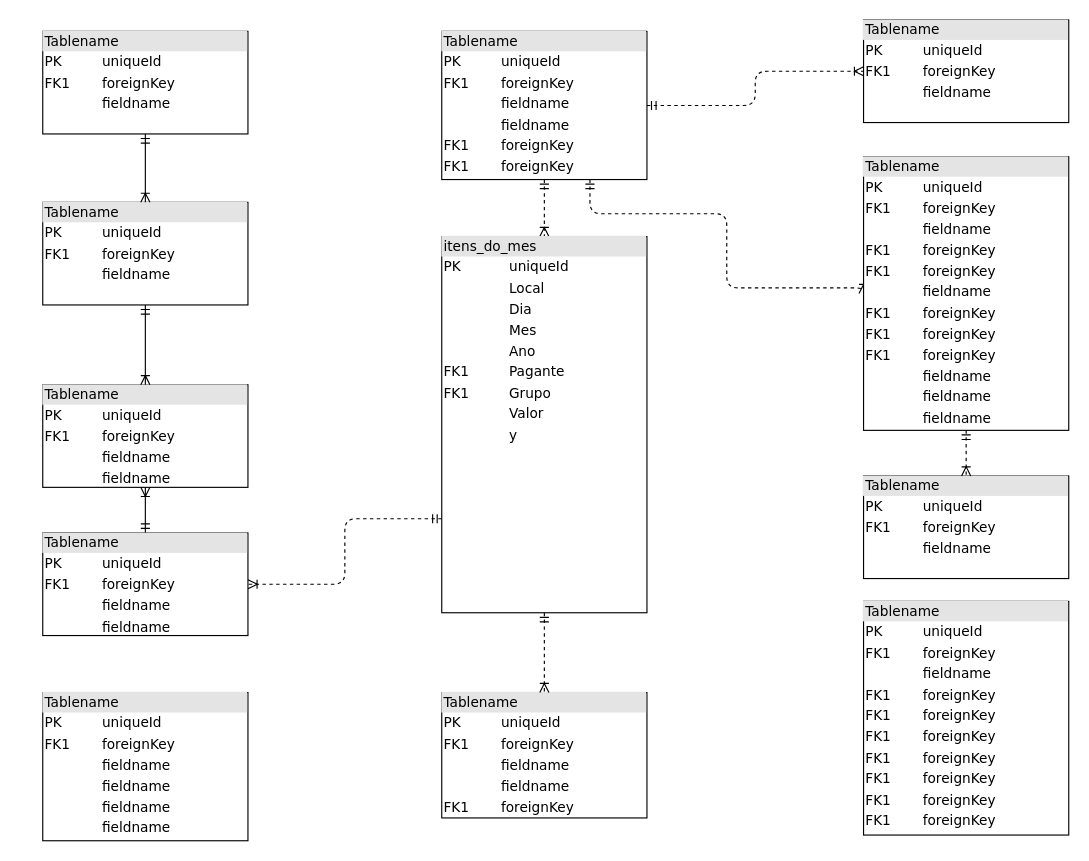
This is Untitled Diagram.drawio from rafavcc/numero-secreto, a draw.io file, before an edit. Source tidied: cells renumbered, new cells numbered last; positions are measured from the earlier drawing's top-left corner, leaving out a move shared by most shapes. Both pictures are drawn from the tidied source at 114%, with x=0, y=0 at pixel (42, 19).
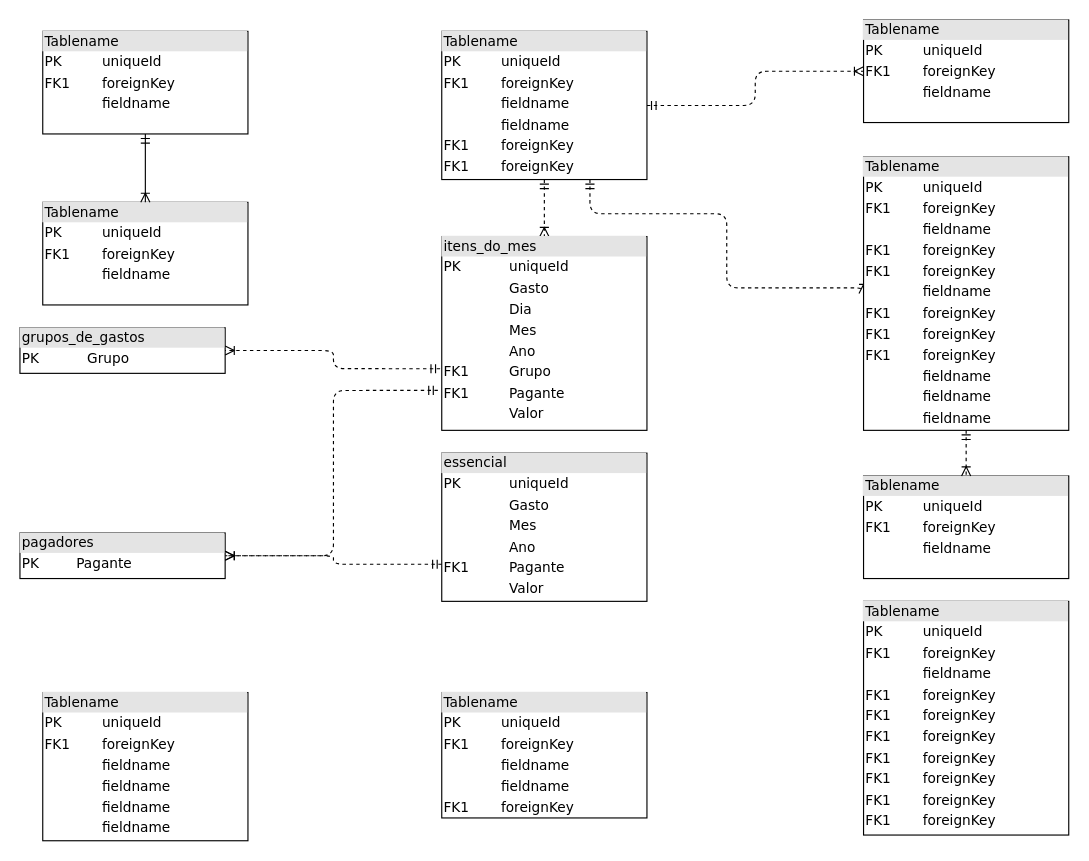
The same diagram, later.

The change refers to these unchanged cells:
```xml
<mxCell id="12" value="&lt;div style=&quot;box-sizing:border-box;width:100%;background:#e4e4e4;padding:2px;&quot;&gt;Tablename&lt;/div&gt;&lt;table style=&quot;width:100%;font-size:1em;&quot; cellpadding=&quot;2&quot; cellspacing=&quot;0&quot;&gt;&lt;tr&gt;&lt;td&gt;PK&lt;/td&gt;&lt;td&gt;uniqueId&lt;/td&gt;&lt;/tr&gt;&lt;tr&gt;&lt;td&gt;FK1&lt;/td&gt;&lt;td&gt;foreignKey&lt;/td&gt;&lt;/tr&gt;&lt;tr&gt;&lt;td&gt;&lt;/td&gt;&lt;td&gt;fieldname&lt;/td&gt;&lt;/tr&gt;&lt;/table&gt;" style="verticalAlign=top;align=left;overflow=fill;html=1;rounded=0;shadow=0;comic=0;labelBackgroundColor=none;strokeWidth=1;fontFamily=Verdana;fontSize=12;" parent="1" vertex="1">
  <mxGeometry y="160" width="180" height="90" as="geometry" />
</mxCell>
<mxCell id="14" value="&lt;div style=&quot;box-sizing: border-box ; width: 100% ; background: #e4e4e4 ; padding: 2px&quot;&gt;Tablename&lt;/div&gt;&lt;table style=&quot;width: 100% ; font-size: 1em&quot; cellpadding=&quot;2&quot; cellspacing=&quot;0&quot;&gt;&lt;tbody&gt;&lt;tr&gt;&lt;td&gt;PK&lt;/td&gt;&lt;td&gt;uniqueId&lt;/td&gt;&lt;/tr&gt;&lt;tr&gt;&lt;td&gt;FK1&lt;/td&gt;&lt;td&gt;foreignKey&lt;/td&gt;&lt;/tr&gt;&lt;tr&gt;&lt;td&gt;&lt;/td&gt;&lt;td&gt;fieldname&lt;/td&gt;&lt;/tr&gt;&lt;tr&gt;&lt;td&gt;&lt;br&gt;&lt;/td&gt;&lt;td&gt;fieldname&lt;br&gt;&lt;/td&gt;&lt;/tr&gt;&lt;tr&gt;&lt;td&gt;FK1&lt;br&gt;&lt;/td&gt;&lt;td&gt;foreignKey&lt;br&gt;&lt;/td&gt;&lt;/tr&gt;&lt;/tbody&gt;&lt;/table&gt;" style="verticalAlign=top;align=left;overflow=fill;html=1;rounded=0;shadow=0;comic=0;labelBackgroundColor=none;strokeWidth=1;fontFamily=Verdana;fontSize=12;" parent="1" vertex="1">
  <mxGeometry x="350" y="590" width="180" height="110" as="geometry" />
</mxCell>
```

What changed in the source:
```diff
@@
-    <mxCell id="7" style="edgeStyle=orthogonalEdgeStyle;html=1;labelBackgroundColor=none;startArrow=ERmandOne;endArrow=ERoneToMany;fontFamily=Verdana;fontSize=12;align=left;" parent="1" edge="1" source="9" target="10">
-      <mxGeometry relative="1" as="geometry" />
-    </mxCell>
-    <mxCell id="8" style="edgeStyle=orthogonalEdgeStyle;html=1;exitX=0;exitY=0.75;entryX=1;entryY=0.5;dashed=1;labelBackgroundColor=none;startArrow=ERmandOne;endArrow=ERoneToMany;fontFamily=Verdana;fontSize=12;align=left;" parent="1" edge="1" source="16" target="9">
+    <mxCell id="8" style="edgeStyle=orthogonalEdgeStyle;html=1;exitX=-0.019;exitY=0.794;entryX=1;entryY=0.5;dashed=1;labelBackgroundColor=none;startArrow=ERmandOne;endArrow=ERoneToMany;fontFamily=Verdana;fontSize=12;align=left;exitDx=0;exitDy=0;exitPerimeter=0;" parent="1" edge="1" source="16" target="9">
       <mxGeometry relative="1" as="geometry" />
     </mxCell>
-    <mxCell id="9" value="&lt;div style=&quot;box-sizing: border-box ; width: 100% ; background: #e4e4e4 ; padding: 2px&quot;&gt;Tablename&lt;/div&gt;&lt;table style=&quot;width: 100% ; font-size: 1em&quot; cellpadding=&quot;2&quot; cellspacing=&quot;0&quot;&gt;&lt;tbody&gt;&lt;tr&gt;&lt;td&gt;PK&lt;/td&gt;&lt;td&gt;uniqueId&lt;/td&gt;&lt;/tr&gt;&lt;tr&gt;&lt;td&gt;FK1&lt;/td&gt;&lt;td&gt;foreignKey&lt;/td&gt;&lt;/tr&gt;&lt;tr&gt;&lt;td&gt;&lt;/td&gt;&lt;td&gt;fieldname&lt;/td&gt;&lt;/tr&gt;&lt;tr&gt;&lt;td&gt;&lt;br&gt;&lt;/td&gt;&lt;td&gt;fieldname&lt;br&gt;&lt;/td&gt;&lt;/tr&gt;&lt;/tbody&gt;&lt;/table&gt;" style="verticalAlign=top;align=left;overflow=fill;html=1;rounded=0;shadow=0;comic=0;labelBackgroundColor=none;strokeWidth=1;fontFamily=Verdana;fontSize=12;" parent="1" vertex="1">
-      <mxGeometry y="450" width="180" height="90" as="geometry" />
+    <mxCell id="9" value="&lt;div style=&quot;box-sizing: border-box; width: 100%; background: rgb(228, 228, 228); padding: 2px;&quot;&gt;pagadores&lt;/div&gt;&lt;table style=&quot;width: 100% ; font-size: 1em&quot; cellpadding=&quot;2&quot; cellspacing=&quot;0&quot;&gt;&lt;tbody&gt;&lt;tr&gt;&lt;td&gt;PK&lt;/td&gt;&lt;td&gt;Pagante&lt;/td&gt;&lt;/tr&gt;&lt;tr&gt;&lt;td&gt;&lt;br&gt;&lt;/td&gt;&lt;td&gt;&lt;/td&gt;&lt;/tr&gt;&lt;/tbody&gt;&lt;/table&gt;" style="verticalAlign=top;align=left;overflow=fill;html=1;rounded=0;shadow=0;comic=0;labelBackgroundColor=none;strokeWidth=1;fontFamily=Verdana;fontSize=12;" parent="1" vertex="1">
+      <mxGeometry x="-20" y="450" width="180" height="40" as="geometry" />
     </mxCell>
-    <mxCell id="10" value="&lt;div style=&quot;box-sizing: border-box ; width: 100% ; background: #e4e4e4 ; padding: 2px&quot;&gt;Tablename&lt;/div&gt;&lt;table style=&quot;width: 100% ; font-size: 1em&quot; cellpadding=&quot;2&quot; cellspacing=&quot;0&quot;&gt;&lt;tbody&gt;&lt;tr&gt;&lt;td&gt;PK&lt;/td&gt;&lt;td&gt;uniqueId&lt;/td&gt;&lt;/tr&gt;&lt;tr&gt;&lt;td&gt;FK1&lt;/td&gt;&lt;td&gt;foreignKey&lt;/td&gt;&lt;/tr&gt;&lt;tr&gt;&lt;td&gt;&lt;/td&gt;&lt;td&gt;fieldname&lt;/td&gt;&lt;/tr&gt;&lt;tr&gt;&lt;td&gt;&lt;br&gt;&lt;/td&gt;&lt;td&gt;fieldname&lt;br&gt;&lt;/td&gt;&lt;/tr&gt;&lt;/tbody&gt;&lt;/table&gt;" style="verticalAlign=top;align=left;overflow=fill;html=1;rounded=0;shadow=0;comic=0;labelBackgroundColor=none;strokeWidth=1;fontFamily=Verdana;fontSize=12;" parent="1" vertex="1">
-      <mxGeometry y="320" width="180" height="90" as="geometry" />
+    <mxCell id="10" value="&lt;div style=&quot;box-sizing: border-box; width: 100%; background: rgb(228, 228, 228); padding: 2px;&quot;&gt;grupos_de_gastos&lt;/div&gt;&lt;table style=&quot;width: 100% ; font-size: 1em&quot; cellpadding=&quot;2&quot; cellspacing=&quot;0&quot;&gt;&lt;tbody&gt;&lt;tr&gt;&lt;td&gt;PK&lt;/td&gt;&lt;td&gt;Grupo&lt;/td&gt;&lt;/tr&gt;&lt;tr&gt;&lt;td&gt;&lt;br&gt;&lt;/td&gt;&lt;td&gt;&lt;/td&gt;&lt;/tr&gt;&lt;tr&gt;&lt;td&gt;&lt;/td&gt;&lt;td&gt;&lt;br&gt;&lt;/td&gt;&lt;/tr&gt;&lt;/tbody&gt;&lt;/table&gt;" style="verticalAlign=top;align=left;overflow=fill;html=1;rounded=0;shadow=0;comic=0;labelBackgroundColor=none;strokeWidth=1;fontFamily=Verdana;fontSize=12;" parent="1" vertex="1">
+      <mxGeometry x="-20" y="270" width="180" height="40" as="geometry" />
     </mxCell>
-    <mxCell id="11" style="edgeStyle=orthogonalEdgeStyle;html=1;entryX=0.5;entryY=0;labelBackgroundColor=none;startArrow=ERmandOne;endArrow=ERoneToMany;fontFamily=Verdana;fontSize=12;align=left;" parent="1" edge="1" source="12" target="10">
-      <mxGeometry relative="1" as="geometry" />
-    </mxCell>
@@
-    <mxCell id="15" style="edgeStyle=orthogonalEdgeStyle;html=1;entryX=0.5;entryY=0;labelBackgroundColor=none;startArrow=ERmandOne;endArrow=ERoneToMany;fontFamily=Verdana;fontSize=12;align=left;dashed=1;" parent="1" edge="1" source="16" target="14">
-      <mxGeometry relative="1" as="geometry" />
-    </mxCell>
-    <mxCell id="16" value="&lt;div style=&quot;box-sizing: border-box; width: 100%; background: rgb(228, 228, 228); padding: 2px;&quot;&gt;itens_do_mes&lt;/div&gt;&lt;table style=&quot;width: 100% ; font-size: 1em&quot; cellpadding=&quot;2&quot; cellspacing=&quot;0&quot;&gt;&lt;tbody&gt;&lt;tr&gt;&lt;td&gt;PK&lt;/td&gt;&lt;td&gt;uniqueId&lt;/td&gt;&lt;/tr&gt;&lt;tr&gt;&lt;td&gt;&lt;br&gt;&lt;/td&gt;&lt;td&gt;Local&lt;/td&gt;&lt;/tr&gt;&lt;tr&gt;&lt;td&gt;&lt;/td&gt;&lt;td&gt;Dia&lt;/td&gt;&lt;/tr&gt;&lt;tr&gt;&lt;td&gt;&lt;br&gt;&lt;/td&gt;&lt;td&gt;Mes&lt;br&gt;&lt;/td&gt;&lt;/tr&gt;&lt;tr&gt;&lt;td&gt;&lt;br&gt;&lt;/td&gt;&lt;td&gt;Ano&lt;br&gt;&lt;/td&gt;&lt;/tr&gt;&lt;tr&gt;&lt;td&gt;FK1&lt;br&gt;&lt;/td&gt;&lt;td&gt;Pagante&lt;/td&gt;&lt;/tr&gt;&lt;tr&gt;&lt;td&gt;FK1&lt;br&gt;&lt;/td&gt;&lt;td&gt;Grupo&lt;br&gt;&lt;/td&gt;&lt;/tr&gt;&lt;tr&gt;&lt;td&gt;&lt;br&gt;&lt;/td&gt;&lt;td&gt;Valor&lt;/td&gt;&lt;/tr&gt;&lt;tr&gt;&lt;td&gt;&lt;/td&gt;&lt;td&gt;y&lt;br&gt;&lt;/td&gt;&lt;/tr&gt;&lt;/tbody&gt;&lt;/table&gt;" style="verticalAlign=top;align=left;overflow=fill;html=1;rounded=0;shadow=0;comic=0;labelBackgroundColor=none;strokeWidth=1;fontFamily=Verdana;fontSize=12;" parent="1" vertex="1">
-      <mxGeometry x="350" y="190" width="180" height="330" as="geometry" />
+    <mxCell id="16" value="&lt;div style=&quot;box-sizing: border-box; width: 100%; background: rgb(228, 228, 228); padding: 2px;&quot;&gt;itens_do_mes&lt;/div&gt;&lt;table style=&quot;width: 100% ; font-size: 1em&quot; cellpadding=&quot;2&quot; cellspacing=&quot;0&quot;&gt;&lt;tbody&gt;&lt;tr&gt;&lt;td&gt;PK&lt;/td&gt;&lt;td&gt;uniqueId&lt;/td&gt;&lt;/tr&gt;&lt;tr&gt;&lt;td&gt;&lt;br&gt;&lt;/td&gt;&lt;td&gt;Gasto&lt;/td&gt;&lt;/tr&gt;&lt;tr&gt;&lt;td&gt;&lt;/td&gt;&lt;td&gt;Dia&lt;/td&gt;&lt;/tr&gt;&lt;tr&gt;&lt;td&gt;&lt;br&gt;&lt;/td&gt;&lt;td&gt;Mes&lt;br&gt;&lt;/td&gt;&lt;/tr&gt;&lt;tr&gt;&lt;td&gt;&lt;br&gt;&lt;/td&gt;&lt;td&gt;Ano&lt;br&gt;&lt;/td&gt;&lt;/tr&gt;&lt;tr&gt;&lt;td&gt;FK1&lt;/td&gt;&lt;td&gt;Grupo&lt;/td&gt;&lt;/tr&gt;&lt;tr&gt;&lt;td&gt;FK1&lt;br&gt;&lt;/td&gt;&lt;td&gt;Pagante&lt;/td&gt;&lt;/tr&gt;&lt;tr&gt;&lt;td&gt;&lt;br&gt;&lt;/td&gt;&lt;td&gt;Valor&lt;/td&gt;&lt;/tr&gt;&lt;tr&gt;&lt;td&gt;&lt;/td&gt;&lt;td&gt;&lt;br&gt;&lt;/td&gt;&lt;/tr&gt;&lt;/tbody&gt;&lt;/table&gt;" style="verticalAlign=top;align=left;overflow=fill;html=1;rounded=0;shadow=0;comic=0;labelBackgroundColor=none;strokeWidth=1;fontFamily=Verdana;fontSize=12;" parent="1" vertex="1">
+      <mxGeometry x="350" y="190" width="180" height="170" as="geometry" />
     </mxCell>
@@
+    <mxCell id="23" style="edgeStyle=orthogonalEdgeStyle;html=1;exitX=-0.008;exitY=0.682;entryX=1;entryY=0.5;dashed=1;labelBackgroundColor=none;startArrow=ERmandOne;endArrow=ERoneToMany;fontFamily=Verdana;fontSize=12;align=left;entryDx=0;entryDy=0;exitDx=0;exitDy=0;exitPerimeter=0;" parent="1" edge="1" source="16" target="10">
+      <mxGeometry relative="1" as="geometry" />
+    </mxCell>
+    <mxCell id="24" value="&lt;div style=&quot;box-sizing: border-box; width: 100%; background: rgb(228, 228, 228); padding: 2px;&quot;&gt;essencial&lt;/div&gt;&lt;table style=&quot;width: 100% ; font-size: 1em&quot; cellpadding=&quot;2&quot; cellspacing=&quot;0&quot;&gt;&lt;tbody&gt;&lt;tr&gt;&lt;td&gt;PK&lt;/td&gt;&lt;td&gt;uniqueId&lt;/td&gt;&lt;/tr&gt;&lt;tr&gt;&lt;td&gt;&lt;br&gt;&lt;/td&gt;&lt;td&gt;Gasto&lt;/td&gt;&lt;/tr&gt;&lt;tr&gt;&lt;td&gt;&lt;br&gt;&lt;/td&gt;&lt;td&gt;Mes&lt;br&gt;&lt;/td&gt;&lt;/tr&gt;&lt;tr&gt;&lt;td&gt;&lt;br&gt;&lt;/td&gt;&lt;td&gt;Ano&lt;br&gt;&lt;/td&gt;&lt;/tr&gt;&lt;tr&gt;&lt;td&gt;FK1&lt;br&gt;&lt;/td&gt;&lt;td&gt;Pagante&lt;/td&gt;&lt;/tr&gt;&lt;tr&gt;&lt;td&gt;&lt;br&gt;&lt;/td&gt;&lt;td&gt;Valor&lt;/td&gt;&lt;/tr&gt;&lt;tr&gt;&lt;td&gt;&lt;/td&gt;&lt;td&gt;&lt;br&gt;&lt;/td&gt;&lt;/tr&gt;&lt;/tbody&gt;&lt;/table&gt;" style="verticalAlign=top;align=left;overflow=fill;html=1;rounded=0;shadow=0;comic=0;labelBackgroundColor=none;strokeWidth=1;fontFamily=Verdana;fontSize=12;" parent="1" vertex="1">
+      <mxGeometry x="350" y="380" width="180" height="130" as="geometry" />
+    </mxCell>
+    <mxCell id="25" style="edgeStyle=orthogonalEdgeStyle;html=1;exitX=0;exitY=0.75;entryX=1;entryY=0.5;dashed=1;labelBackgroundColor=none;startArrow=ERmandOne;endArrow=ERoneToMany;fontFamily=Verdana;fontSize=12;align=left;exitDx=0;exitDy=0;entryDx=0;entryDy=0;" parent="1" edge="1" source="24" target="9">
+      <mxGeometry relative="1" as="geometry" />
+    </mxCell>
```
